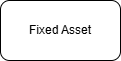
braintree-brainworx/Asset-Maintenance keeps this draw.io diagram as Overview.drawio.png. Above is the earlier version. Source tidied: cells renumbered, new cells last; positions are measured from the earlier drawing's top-left corner, leaving out a move shared by most shapes. Its diagram source:
```xml
<mxGraphModel>
  <root>
    <mxCell id="0" />
    <mxCell id="1" parent="0" />
    <mxCell id="2" value="Fixed Asset" style="rounded=1;whiteSpace=wrap;html=1;" parent="1" vertex="1">
      <mxGeometry width="120" height="60" as="geometry" />
    </mxCell>
  </root>
</mxGraphModel>
```
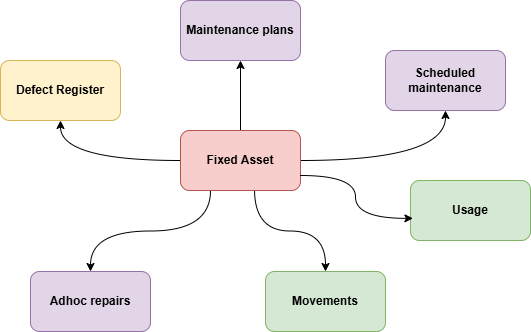
After the change.

Change to the diagram source:
```diff
@@ -2,8 +2,44 @@
   <root>
     <mxCell id="0" />
     <mxCell id="1" parent="0" />
+    <mxCell id="3" style="edgeStyle=orthogonalEdgeStyle;html=1;fontStyle=1;" parent="1" edge="1" source="2" target="9">
+      <mxGeometry relative="1" as="geometry" />
+    </mxCell>
+    <mxCell id="4" style="edgeStyle=orthogonalEdgeStyle;html=1;curved=1;fontStyle=1;" parent="1" edge="1" source="2" target="10">
+      <mxGeometry relative="1" as="geometry" />
+    </mxCell>
+    <mxCell id="5" style="edgeStyle=orthogonalEdgeStyle;html=1;curved=1;exitX=0.25;exitY=1;exitDx=0;exitDy=0;fontStyle=1;" parent="1" edge="1" source="2" target="11">
+      <mxGeometry relative="1" as="geometry" />
+    </mxCell>
+    <mxCell id="6" style="edgeStyle=orthogonalEdgeStyle;html=1;exitX=0;exitY=0.5;exitDx=0;exitDy=0;curved=1;fontStyle=1;" parent="1" edge="1" source="2" target="8">
+      <mxGeometry relative="1" as="geometry" />
+    </mxCell>
+    <mxCell id="7" style="edgeStyle=orthogonalEdgeStyle;curved=1;html=1;exitX=0.617;exitY=0.978;exitDx=0;exitDy=0;entryX=0.5;entryY=0;entryDx=0;entryDy=0;exitPerimeter=0;fontStyle=1;" parent="1" edge="1" source="2" target="12">
+      <mxGeometry relative="1" as="geometry" />
+    </mxCell>
-    <mxCell id="2" value="Fixed Asset" style="rounded=1;whiteSpace=wrap;html=1;" parent="1" vertex="1">
+    <mxCell id="2" value="Fixed Asset" style="rounded=1;whiteSpace=wrap;html=1;fillColor=#f8cecc;strokeColor=#b85450;fontStyle=1;" parent="1" vertex="1">
       <mxGeometry width="120" height="60" as="geometry" />
     </mxCell>
+    <mxCell id="8" value="Defect Register" style="rounded=1;whiteSpace=wrap;html=1;fontStyle=1;fillColor=#fff2cc;strokeColor=#d6b656;" parent="1" vertex="1">
+      <mxGeometry x="-180" y="-70" width="120" height="60" as="geometry" />
+    </mxCell>
+    <mxCell id="9" value="Maintenance plans" style="whiteSpace=wrap;html=1;rounded=1;fontStyle=1;fillColor=#e1d5e7;strokeColor=#9673a6;" parent="1" vertex="1">
+      <mxGeometry y="-130" width="120" height="60" as="geometry" />
+    </mxCell>
+    <mxCell id="10" value="Scheduled maintenance" style="whiteSpace=wrap;html=1;rounded=1;fontStyle=1;fillColor=#e1d5e7;strokeColor=#9673a6;" parent="1" vertex="1">
+      <mxGeometry x="205" y="-80" width="120" height="60" as="geometry" />
+    </mxCell>
+    <mxCell id="11" value="Adhoc repairs" style="whiteSpace=wrap;html=1;rounded=1;fontStyle=1;fillColor=#e1d5e7;strokeColor=#9673a6;" parent="1" vertex="1">
+      <mxGeometry x="-150" y="141" width="120" height="60" as="geometry" />
+    </mxCell>
+    <mxCell id="12" value="Movements" style="whiteSpace=wrap;html=1;rounded=1;fontStyle=1;fillColor=#d5e8d4;strokeColor=#82b366;" parent="1" vertex="1">
+      <mxGeometry x="85" y="141" width="120" height="60" as="geometry" />
+    </mxCell>
+    <mxCell id="13" value="Usage" style="rounded=1;whiteSpace=wrap;html=1;fontStyle=1;fillColor=#d5e8d4;strokeColor=#82b366;" parent="1" vertex="1">
+      <mxGeometry x="230" y="50" width="120" height="60" as="geometry" />
+    </mxCell>
+    <mxCell id="14" style="edgeStyle=orthogonalEdgeStyle;curved=1;html=1;exitX=1;exitY=0.75;exitDx=0;exitDy=0;entryX=0.02;entryY=0.631;entryDx=0;entryDy=0;entryPerimeter=0;fontStyle=1;" parent="1" edge="1" source="2" target="13">
+      <mxGeometry relative="1" as="geometry" />
+    </mxCell>
   </root>
 </mxGraphModel>
```
